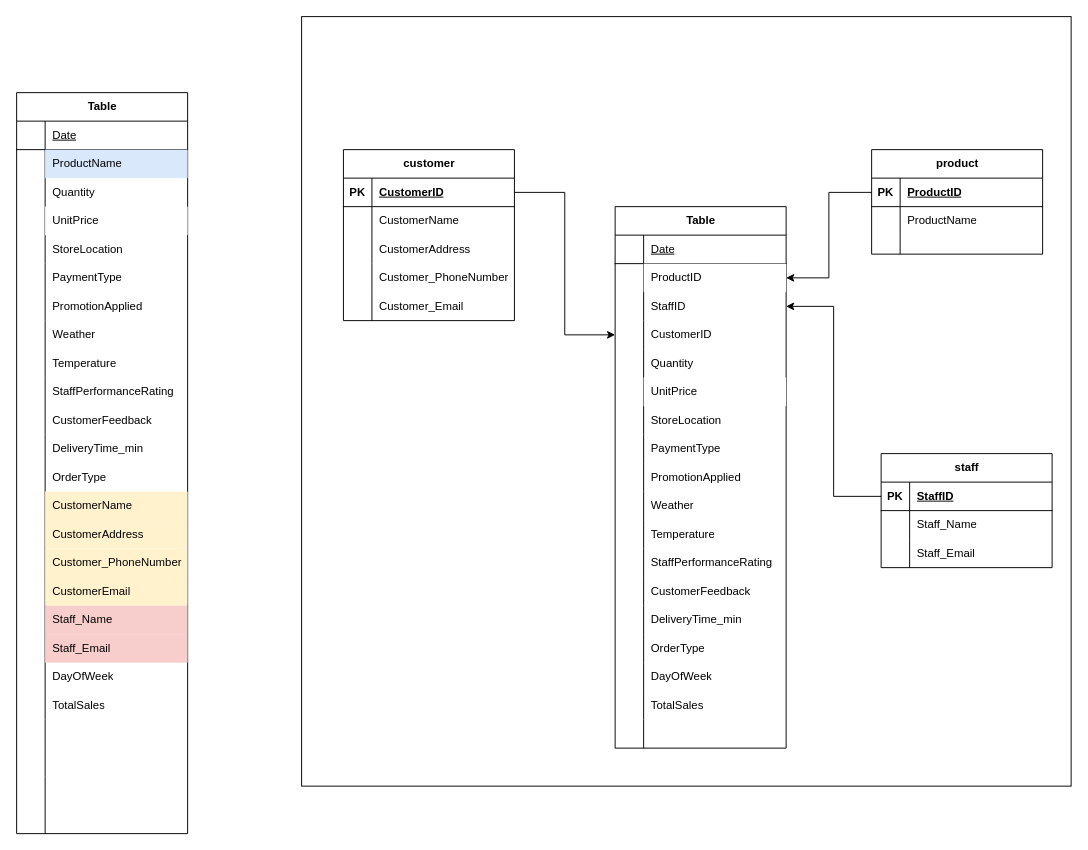
Above: page "Page-1" (1 of 2) of Model Diagram.drawio in oibude/etl_airflow_zipco (draw.io), before the change. Source tidied: cells renumbered, new cells numbered last; positions are measured from the earlier drawing's top-left corner, leaving out a move shared by most shapes. Both pictures are drawn from the tidied source at 95%, with x=0, y=0 at pixel (16, 16).
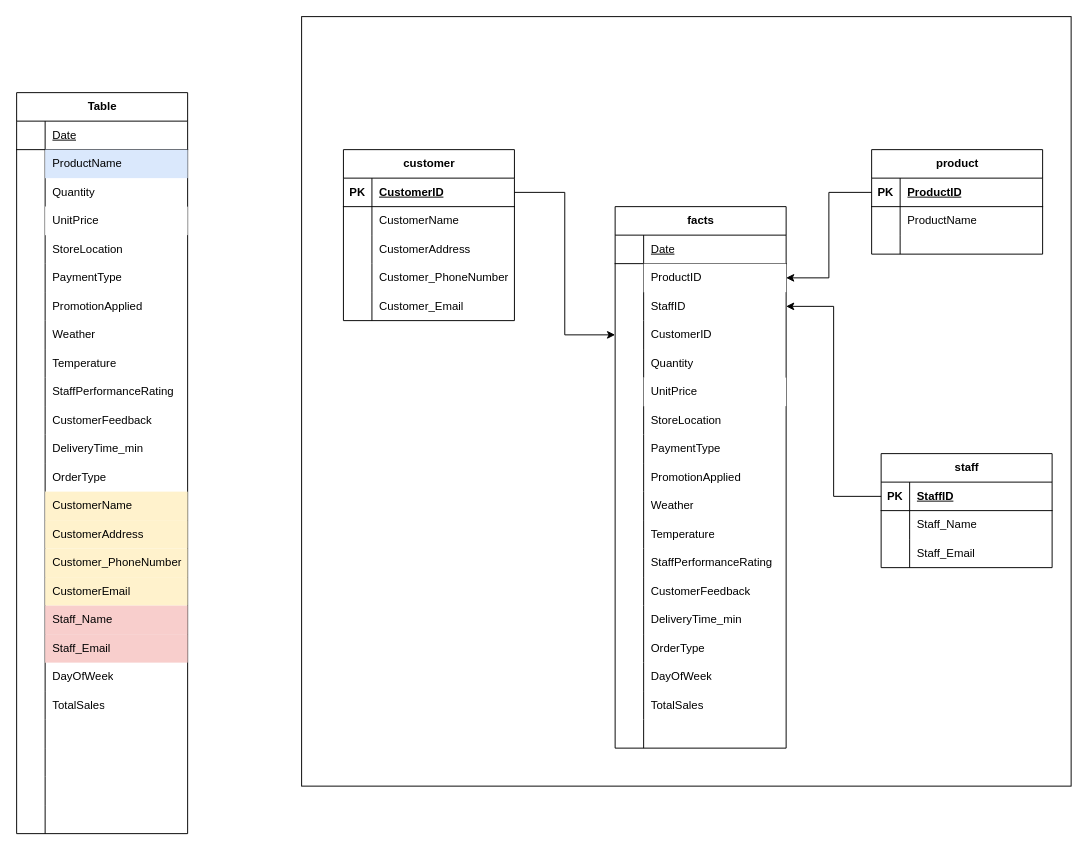
The same diagram, later.

Diff of the diagram source:
```diff
@@
-    <mxCell id="115" value="Table" style="shape=table;startSize=30;childLayout=tableLayout;rowLines=0;fontStyle=1;align=center;html=1;" parent="1" vertex="1">
+    <mxCell id="115" value="facts" style="shape=table;startSize=30;childLayout=tableLayout;rowLines=0;fontStyle=1;align=center;html=1;" parent="1" vertex="1">
       <mxGeometry x="630" y="200" width="180" height="570" as="geometry" />
     </mxCell>
```
